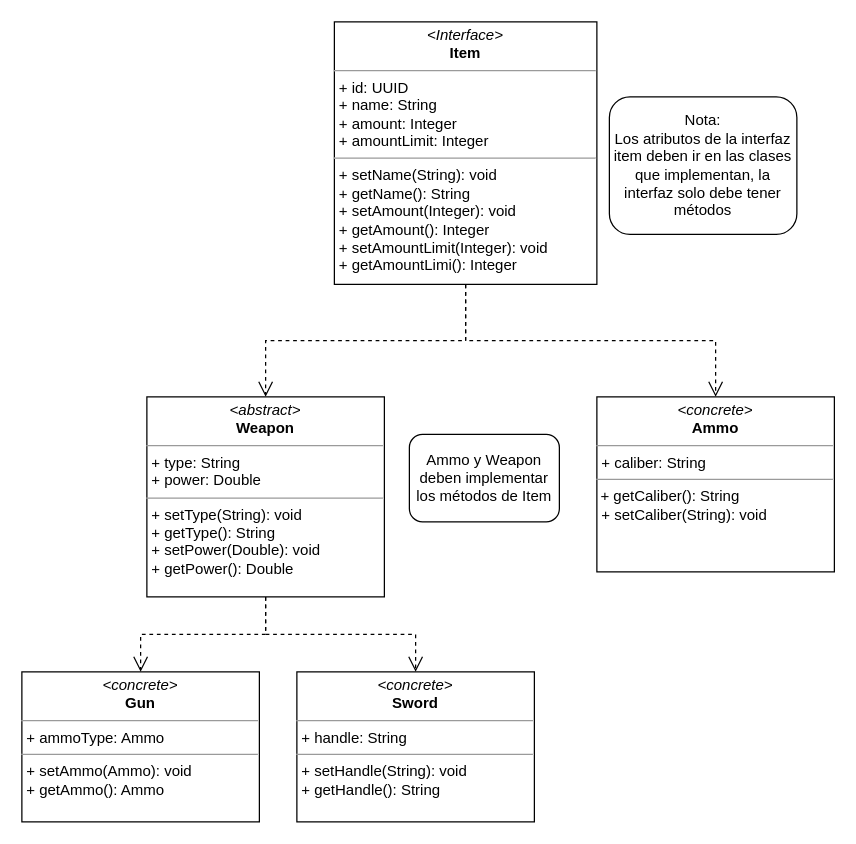
Above: Diagramas/GameUML.drawio in ichi0915/techm-University-Development (draw.io), before the change. Source tidied: cells renumbered, new cells numbered last; positions are measured from the earlier drawing's top-left corner, leaving out a move shared by most shapes. Both pictures are drawn from the tidied source at 125%, with x=0, y=0 at pixel (21, 21).
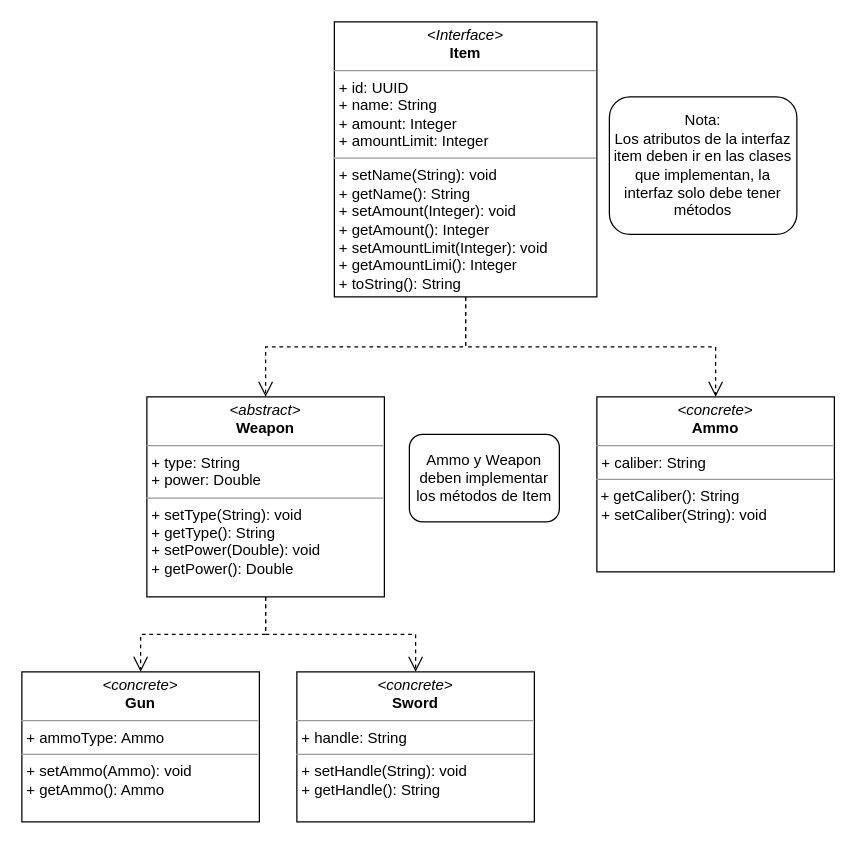
The same diagram, later.

Commit message (it also covers changes not shown here):
Game UML updated

Diff of the diagram source:
```diff
@@
 <mxGraphModel>
   <root>
     <mxCell id="0" />
     <mxCell id="1" parent="0" />
-    <mxCell id="2" value="&lt;p style=&quot;margin: 0px ; margin-top: 4px ; text-align: center&quot;&gt;&lt;i&gt;&amp;lt;Interface&amp;gt;&lt;/i&gt;&lt;br&gt;&lt;b&gt;Item&lt;/b&gt;&lt;/p&gt;&lt;hr size=&quot;1&quot;&gt;&lt;p style=&quot;margin: 0px ; margin-left: 4px&quot;&gt;+ id: UUID&lt;br&gt;+ name: String&lt;/p&gt;&lt;p style=&quot;margin: 0px 0px 0px 4px&quot;&gt;+ amount: Integer&lt;/p&gt;&lt;p style=&quot;margin: 0px 0px 0px 4px&quot;&gt;+ amountLimit: Integer&lt;br&gt;&lt;/p&gt;&lt;hr size=&quot;1&quot;&gt;&lt;p style=&quot;margin: 0px ; margin-left: 4px&quot;&gt;+ setName(String): void&lt;/p&gt;&lt;p style=&quot;margin: 0px 0px 0px 4px&quot;&gt;+ getName(): String&lt;/p&gt;&lt;p style=&quot;margin: 0px ; margin-left: 4px&quot;&gt;+ setAmount(Integer): void&lt;/p&gt;&lt;p style=&quot;margin: 0px 0px 0px 4px&quot;&gt;&lt;span&gt;+ getAmount(): Integer&lt;/span&gt;&lt;br&gt;&lt;/p&gt;&lt;p style=&quot;margin: 0px 0px 0px 4px&quot;&gt;+ setAmountLimit(Integer): void&lt;/p&gt;&lt;p style=&quot;margin: 0px 0px 0px 4px&quot;&gt;+ getAmountLimi(): Integer&lt;/p&gt;" style="verticalAlign=top;align=left;overflow=fill;fontSize=12;fontFamily=Helvetica;html=1;rounded=0;shadow=0;comic=0;labelBackgroundColor=none;strokeWidth=1;" parent="1" vertex="1">
-      <mxGeometry x="250" width="210" height="210" as="geometry" />
+    <mxCell id="2" value="&lt;p style=&quot;margin: 0px ; margin-top: 4px ; text-align: center&quot;&gt;&lt;i&gt;&amp;lt;Interface&amp;gt;&lt;/i&gt;&lt;br&gt;&lt;b&gt;Item&lt;/b&gt;&lt;/p&gt;&lt;hr size=&quot;1&quot;&gt;&lt;p style=&quot;margin: 0px ; margin-left: 4px&quot;&gt;+ id: UUID&lt;br&gt;+ name: String&lt;/p&gt;&lt;p style=&quot;margin: 0px 0px 0px 4px&quot;&gt;+ amount: Integer&lt;/p&gt;&lt;p style=&quot;margin: 0px 0px 0px 4px&quot;&gt;+ amountLimit: Integer&lt;br&gt;&lt;/p&gt;&lt;hr size=&quot;1&quot;&gt;&lt;p style=&quot;margin: 0px ; margin-left: 4px&quot;&gt;+ setName(String): void&lt;/p&gt;&lt;p style=&quot;margin: 0px 0px 0px 4px&quot;&gt;+ getName(): String&lt;/p&gt;&lt;p style=&quot;margin: 0px ; margin-left: 4px&quot;&gt;+ setAmount(Integer): void&lt;/p&gt;&lt;p style=&quot;margin: 0px 0px 0px 4px&quot;&gt;&lt;span&gt;+ getAmount(): Integer&lt;/span&gt;&lt;br&gt;&lt;/p&gt;&lt;p style=&quot;margin: 0px 0px 0px 4px&quot;&gt;+ setAmountLimit(Integer): void&lt;/p&gt;&lt;p style=&quot;margin: 0px 0px 0px 4px&quot;&gt;+ getAmountLimi(): Integer&lt;/p&gt;&lt;p style=&quot;margin: 0px 0px 0px 4px&quot;&gt;+&amp;nbsp;toString(): String&lt;/p&gt;" style="verticalAlign=top;align=left;overflow=fill;fontSize=12;fontFamily=Helvetica;html=1;rounded=0;shadow=0;comic=0;labelBackgroundColor=none;strokeWidth=1;" parent="1" vertex="1">
+      <mxGeometry x="250" width="210" height="220" as="geometry" />
     </mxCell>
     <mxCell id="3" style="edgeStyle=orthogonalEdgeStyle;rounded=0;html=1;labelBackgroundColor=none;startFill=0;endArrow=open;endFill=0;endSize=10;fontFamily=Verdana;fontSize=10;dashed=1;exitX=0.5;exitY=1;exitDx=0;exitDy=0;entryX=0.5;entryY=0;entryDx=0;entryDy=0;" parent="1" edge="1" source="2" target="6">
       <mxGeometry relative="1" as="geometry" />
     </mxCell>
     <mxCell id="4" style="edgeStyle=orthogonalEdgeStyle;rounded=0;html=1;labelBackgroundColor=none;startFill=0;endArrow=open;endFill=0;endSize=10;fontFamily=Verdana;fontSize=10;dashed=1;exitX=0.5;exitY=1;exitDx=0;exitDy=0;entryX=0.5;entryY=0;entryDx=0;entryDy=0;" parent="1" edge="1" source="2" target="5">
       <mxGeometry relative="1" as="geometry" />
     </mxCell>
     <mxCell id="5" value="&lt;p style=&quot;margin: 0px ; margin-top: 4px ; text-align: center&quot;&gt;&lt;i&gt;&amp;lt;abstract&amp;gt;&lt;/i&gt;&lt;br&gt;&lt;b&gt;Weapon&lt;/b&gt;&lt;/p&gt;&lt;hr size=&quot;1&quot;&gt;&lt;p style=&quot;margin: 0px ; margin-left: 4px&quot;&gt;+ type: String&lt;br&gt;&lt;/p&gt;&lt;p style=&quot;margin: 0px 0px 0px 4px&quot;&gt;+ power: Double&lt;/p&gt;&lt;hr size=&quot;1&quot;&gt;&lt;p style=&quot;margin: 0px 0px 0px 4px&quot;&gt;+ setType(String): void&lt;/p&gt;&lt;p style=&quot;margin: 0px 0px 0px 4px&quot;&gt;+ getType(): String&lt;/p&gt;&lt;p style=&quot;margin: 0px 0px 0px 4px&quot;&gt;+ setPower(Double): void&lt;/p&gt;&lt;p style=&quot;margin: 0px 0px 0px 4px&quot;&gt;+ getPower(): Double&lt;/p&gt;" style="verticalAlign=top;align=left;overflow=fill;fontSize=12;fontFamily=Helvetica;html=1;rounded=0;shadow=0;comic=0;labelBackgroundColor=none;strokeWidth=1;" parent="1" vertex="1">
       <mxGeometry x="100" y="300" width="190" height="160" as="geometry" />
     </mxCell>
     <mxCell id="6" value="&lt;p style=&quot;margin: 0px ; margin-top: 4px ; text-align: center&quot;&gt;&lt;i&gt;&amp;lt;concrete&amp;gt;&lt;/i&gt;&lt;br&gt;&lt;b&gt;Ammo&lt;/b&gt;&lt;/p&gt;&lt;hr size=&quot;1&quot;&gt;&lt;p style=&quot;margin: 0px ; margin-left: 4px&quot;&gt;&lt;span&gt;+ caliber: String&lt;/span&gt;&lt;br&gt;&lt;/p&gt;&lt;hr size=&quot;1&quot;&gt;&lt;span&gt;&amp;nbsp;+ getCaliber(): String&lt;/span&gt;&lt;p style=&quot;margin: 0px ; margin-left: 4px&quot;&gt;&lt;span&gt;+ setCaliber(String): void&lt;/span&gt;&lt;br&gt;&lt;/p&gt;" style="verticalAlign=top;align=left;overflow=fill;fontSize=12;fontFamily=Helvetica;html=1;rounded=0;shadow=0;comic=0;labelBackgroundColor=none;strokeWidth=1;" parent="1" vertex="1">
       <mxGeometry x="460" y="300" width="190" height="140" as="geometry" />
     </mxCell>
     <mxCell id="7" value="&lt;p style=&quot;margin: 0px ; margin-top: 4px ; text-align: center&quot;&gt;&lt;i&gt;&amp;lt;concrete&amp;gt;&lt;/i&gt;&lt;br&gt;&lt;b&gt;Gun&lt;/b&gt;&lt;/p&gt;&lt;hr size=&quot;1&quot;&gt;&lt;p style=&quot;margin: 0px ; margin-left: 4px&quot;&gt;+ ammoType: Ammo&lt;br&gt;&lt;/p&gt;&lt;hr size=&quot;1&quot;&gt;&lt;p style=&quot;margin: 0px 0px 0px 4px&quot;&gt;+ setAmmo(Ammo): void&lt;/p&gt;&lt;p style=&quot;margin: 0px 0px 0px 4px&quot;&gt;+ getAmmo(): Ammo&lt;/p&gt;" style="verticalAlign=top;align=left;overflow=fill;fontSize=12;fontFamily=Helvetica;html=1;rounded=0;shadow=0;comic=0;labelBackgroundColor=none;strokeWidth=1;" parent="1" vertex="1">
       <mxGeometry y="520" width="190" height="120" as="geometry" />
     </mxCell>
     <mxCell id="8" style="edgeStyle=orthogonalEdgeStyle;rounded=0;html=1;labelBackgroundColor=none;startFill=0;endArrow=open;endFill=0;endSize=10;fontFamily=Verdana;fontSize=10;dashed=1;exitX=0.5;exitY=1;exitDx=0;exitDy=0;" parent="1" edge="1" source="5" target="7">
       <mxGeometry relative="1" as="geometry" />
     </mxCell>
     <mxCell id="9" value="&lt;p style=&quot;margin: 0px ; margin-top: 4px ; text-align: center&quot;&gt;&lt;i&gt;&amp;lt;concrete&amp;gt;&lt;/i&gt;&lt;br&gt;&lt;b&gt;Sword&lt;/b&gt;&lt;/p&gt;&lt;hr size=&quot;1&quot;&gt;&lt;p style=&quot;margin: 0px ; margin-left: 4px&quot;&gt;+ handle: String&lt;br&gt;&lt;/p&gt;&lt;hr size=&quot;1&quot;&gt;&lt;p style=&quot;margin: 0px 0px 0px 4px&quot;&gt;+ setHandle(String): void&lt;/p&gt;&lt;p style=&quot;margin: 0px 0px 0px 4px&quot;&gt;+ getHandle(): String&lt;/p&gt;" style="verticalAlign=top;align=left;overflow=fill;fontSize=12;fontFamily=Helvetica;html=1;rounded=0;shadow=0;comic=0;labelBackgroundColor=none;strokeWidth=1;" parent="1" vertex="1">
       <mxGeometry x="220" y="520" width="190" height="120" as="geometry" />
     </mxCell>
     <mxCell id="10" style="edgeStyle=orthogonalEdgeStyle;rounded=0;html=1;labelBackgroundColor=none;startFill=0;endArrow=open;endFill=0;endSize=10;fontFamily=Verdana;fontSize=10;dashed=1;exitX=0.5;exitY=1;exitDx=0;exitDy=0;" parent="1" edge="1" source="5" target="9">
       <mxGeometry relative="1" as="geometry" />
     </mxCell>
     <mxCell id="11" value="Nota:&lt;br&gt;Los atributos de la interfaz item deben ir en las clases que implementan, la interfaz solo debe tener métodos" style="rounded=1;whiteSpace=wrap;html=1;" parent="1" vertex="1">
       <mxGeometry x="470" y="60" width="150" height="110" as="geometry" />
     </mxCell>
     <mxCell id="12" value="Ammo y Weapon deben implementar los métodos de Item" style="rounded=1;whiteSpace=wrap;html=1;" parent="1" vertex="1">
       <mxGeometry x="310" y="330" width="120" height="70" as="geometry" />
     </mxCell>
   </root>
 </mxGraphModel>
```
